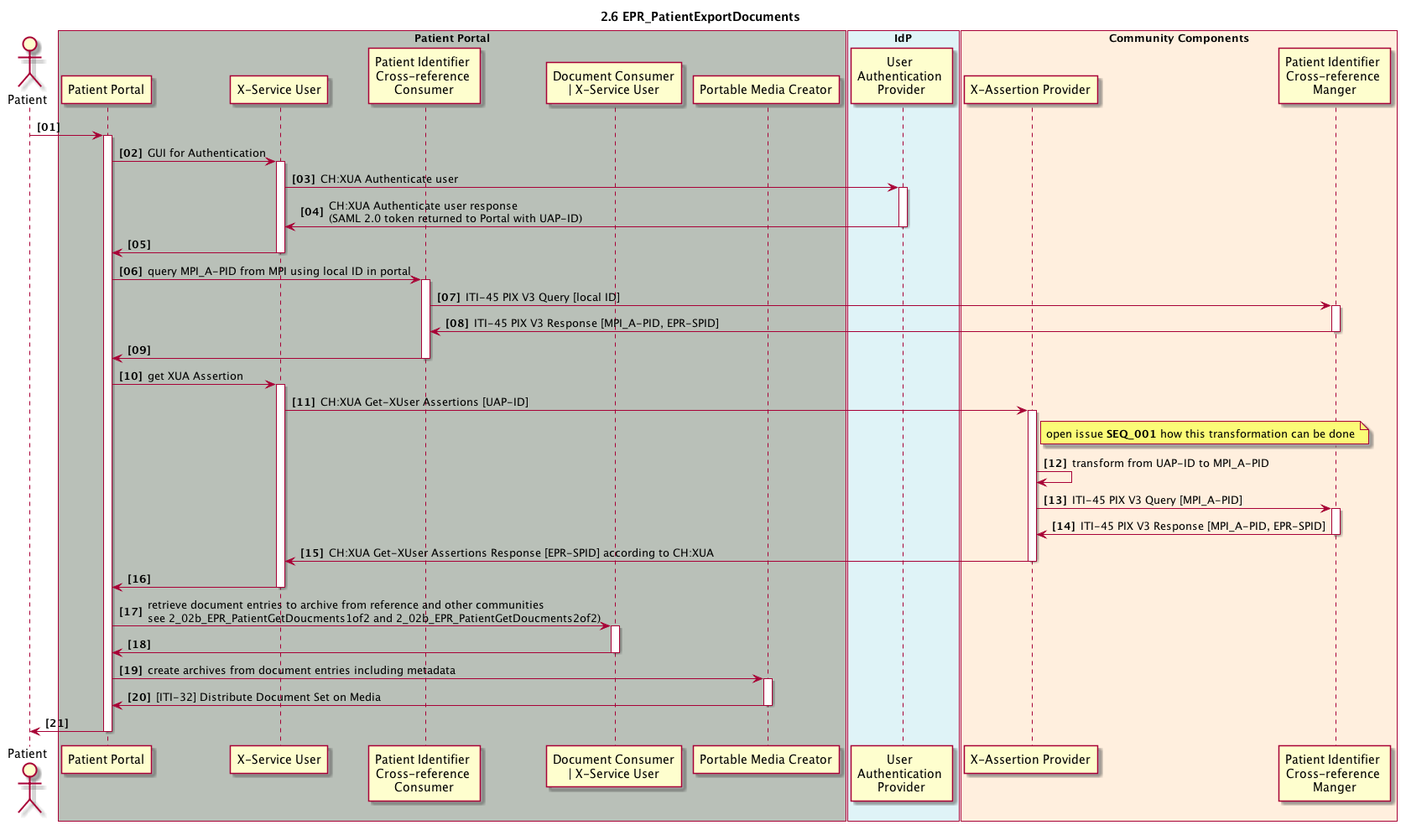
Before: 2_06_EPR_PatientExportDocuments.plantuml.png, a diagram exported from PlantUML (ahdis/ch-epr-seqdiag).
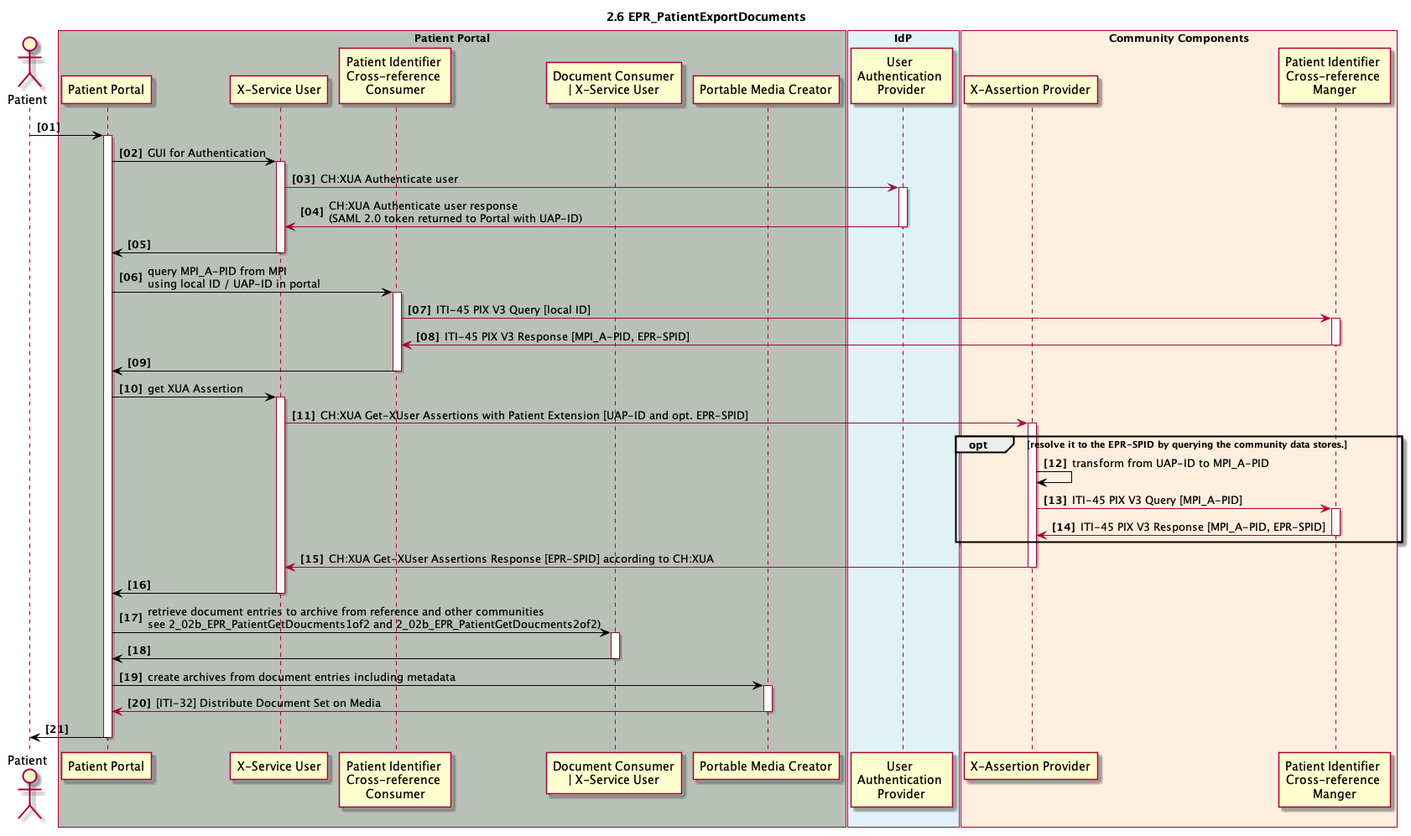
Above is the later version.

Change to the diagram source:
```diff
@@ -22,53 +22,54 @@
 	participant cc_mpi_x_ref_manager as "Patient Identifier \nCross-reference \nManger"
 end box
 
-patient -> pp_gui
+patient -[#black]> pp_gui
 activate pp_gui
 
-pp_gui -> pp_x_service_user : GUI for Authentication
+pp_gui -[#black]> pp_x_service_user : GUI for Authentication
 activate pp_x_service_user
 pp_x_service_user -> idp_user_authentication_provider : CH:XUA Authenticate user
 activate idp_user_authentication_provider
 pp_x_service_user <- idp_user_authentication_provider : CH:XUA Authenticate user response \n(SAML 2.0 token returned to Portal with UAP-ID)
 deactivate idp_user_authentication_provider
-pp_gui <- pp_x_service_user
+pp_gui <[#black]- pp_x_service_user
 deactivate pp_x_service_user
 
-pp_gui -> pp_pix_x_ref_consumer: query MPI_A-PID from MPI using local ID in portal
+pp_gui -[#black]> pp_pix_x_ref_consumer: query MPI_A-PID from MPI\nusing local ID / UAP-ID in portal
 activate pp_pix_x_ref_consumer
 pp_pix_x_ref_consumer -> cc_mpi_x_ref_manager: ITI-45 PIX V3 Query [local ID]
 activate cc_mpi_x_ref_manager
 pp_pix_x_ref_consumer <- cc_mpi_x_ref_manager: ITI-45 PIX V3 Response [MPI_A-PID, EPR-SPID]
 deactivate cc_mpi_x_ref_manager
-pp_gui <- pp_pix_x_ref_consumer
+pp_gui <[#black]- pp_pix_x_ref_consumer
 deactivate pp_pix_x_ref_consumer
 
-pp_gui -> pp_x_service_user : get XUA Assertion
+pp_gui -[#black]> pp_x_service_user : get XUA Assertion
 activate pp_x_service_user
-pp_x_service_user -> cc_x_assertion_provider: CH:XUA Get-XUser Assertions [UAP-ID]
+pp_x_service_user -> cc_x_assertion_provider: CH:XUA Get-XUser Assertions with Patient Extension [UAP-ID and opt. EPR-SPID]
 activate cc_x_assertion_provider
-note right cc_x_assertion_provider: open issue <b>SEQ_001</b> how this transformation can be done
-cc_x_assertion_provider -> cc_x_assertion_provider: transform from UAP-ID to MPI_A-PID
+opt resolve it to the EPR-SPID by querying the community data stores.
+cc_x_assertion_provider -[#black]> cc_x_assertion_provider: transform from UAP-ID to MPI_A-PID
 cc_x_assertion_provider -> cc_mpi_x_ref_manager: ITI-45 PIX V3 Query [MPI_A-PID]
 activate cc_mpi_x_ref_manager
 cc_x_assertion_provider <- cc_mpi_x_ref_manager: ITI-45 PIX V3 Response [MPI_A-PID, EPR-SPID]
 deactivate cc_mpi_x_ref_manager
+end
 pp_x_service_user <- cc_x_assertion_provider: CH:XUA Get-XUser Assertions Response [EPR-SPID] according to CH:XUA
 deactivate cc_x_assertion_provider
-pp_gui <- pp_x_service_user
+pp_gui <[#black]- pp_x_service_user
 deactivate pp_x_service_user
 
-pp_gui -> pp_doc_consumer: retrieve document entries to archive from reference and other communities\nsee 2_02b_EPR_PatientGetDoucments1of2 and 2_02b_EPR_PatientGetDoucments2of2)
+pp_gui -[#black]> pp_doc_consumer: retrieve document entries to archive from reference and other communities\nsee 2_02b_EPR_PatientGetDoucments1of2 and 2_02b_EPR_PatientGetDoucments2of2)
 activate pp_doc_consumer
-pp_gui <- pp_doc_consumer
+pp_gui <[#black]- pp_doc_consumer
 deactivate pp_doc_consumer
 
-pp_gui -> pp_pmc: create archives from document entries including metadata
+pp_gui -[#black]> pp_pmc: create archives from document entries including metadata
 activate pp_pmc
 pp_gui <- pp_pmc: [ITI-32] Distribute Document Set on Media
 deactivate pp_pmc
 
-patient <- pp_gui
+patient <[#black]- pp_gui
 deactivate pp_gui
 
 @enduml
```
